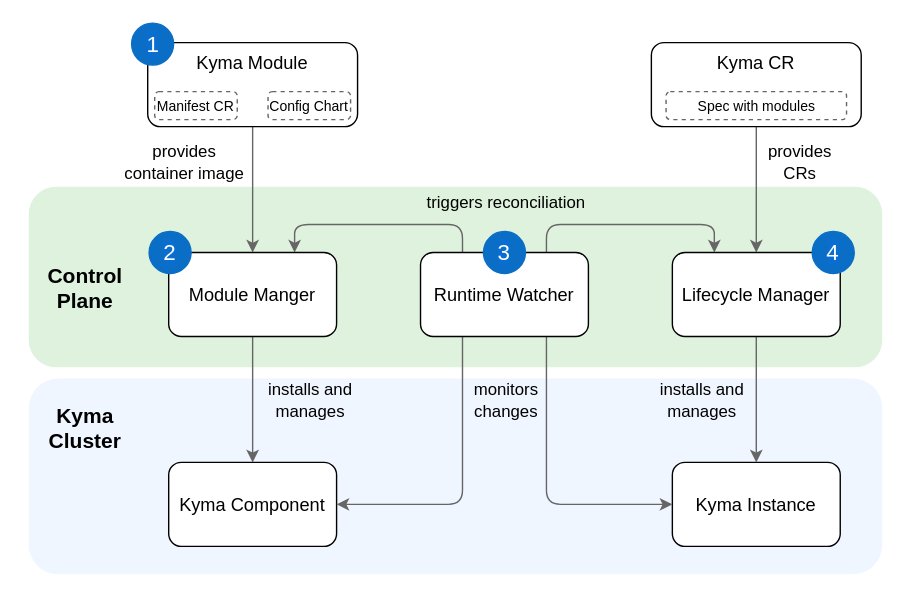
kyma-project/community keeps this draw.io diagram as concepts/modularization/assets/modular_approach.svg. Above is the earlier version. Source tidied: cells renumbered, new cells last; positions are measured from the earlier drawing's top-left corner, leaving out a move shared by most shapes.
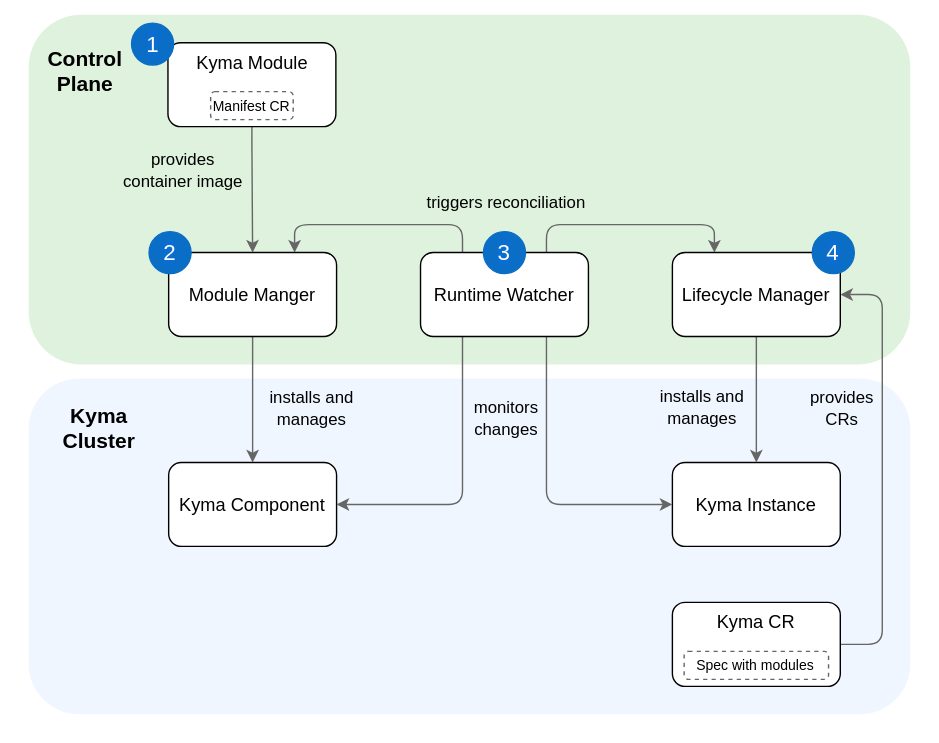
The same file after the commit.

Commit message:
replace diagram

Diff of the diagram source:
```diff
@@ -3,13 +3,13 @@
     <mxCell id="0" />
     <mxCell id="1" parent="0" />
     <mxCell id="2" style="rounded=1;whiteSpace=wrap;html=1;strokeColor=none;fillColor=#FFFFFF;" parent="1" vertex="1">
-      <mxGeometry y="0.5" width="650" height="419.5" as="geometry" />
+      <mxGeometry width="670" height="530" as="geometry" />
     </mxCell>
     <mxCell id="3" style="rounded=1;whiteSpace=wrap;html=1;strokeColor=none;fillColor=#F0F6FF;" parent="1" vertex="1">
-      <mxGeometry x="20" y="270" width="610" height="140" as="geometry" />
+      <mxGeometry x="20" y="270" width="630" height="240" as="geometry" />
     </mxCell>
     <mxCell id="4" style="rounded=1;whiteSpace=wrap;html=1;strokeColor=none;fillColor=#DEF2DD;" parent="1" vertex="1">
-      <mxGeometry x="20" y="133" width="610" height="129" as="geometry" />
+      <mxGeometry x="20" y="10" width="630" height="250" as="geometry" />
     </mxCell>
     <mxCell id="5" style="edgeStyle=orthogonalEdgeStyle;rounded=1;jettySize=auto;html=1;startArrow=none;startFill=0;endArrow=classic;endFill=1;strokeColor=#666666;entryX=0.75;entryY=0;entryDx=0;entryDy=0;exitX=0.25;exitY=0;exitDx=0;exitDy=0;" parent="1" edge="1" source="25" target="23">
       <mxGeometry relative="1" as="geometry">
@@ -40,15 +40,19 @@
     </mxCell>
     <mxCell id="10" value="&lt;span style=&quot;font-size: 12px;&quot;&gt;installs and&lt;br&gt;manages&lt;/span&gt;" style="text;html=1;align=center;verticalAlign=middle;labelBackgroundColor=none;fontSize=13;" parent="9" vertex="1">
       <mxGeometry x="-0.24" y="2" relative="1" as="geometry">
-        <mxPoint x="38" y="10" as="offset" />
+        <mxPoint x="39" y="16" as="offset" />
       </mxGeometry>
     </mxCell>
-    <mxCell id="11" style="edgeStyle=orthogonalEdgeStyle;rounded=1;jettySize=auto;html=1;startArrow=none;startFill=0;endArrow=classic;endFill=1;exitX=0.5;exitY=1;exitDx=0;exitDy=0;strokeColor=#666666;entryX=0.5;entryY=0;entryDx=0;entryDy=0;" parent="1" edge="1" source="27" target="8">
-      <mxGeometry relative="1" as="geometry" />
+    <mxCell id="11" style="edgeStyle=orthogonalEdgeStyle;rounded=1;jettySize=auto;html=1;startArrow=none;startFill=0;endArrow=classic;endFill=1;exitX=0.5;exitY=1;exitDx=0;exitDy=0;strokeColor=#666666;entryX=0.692;entryY=0.017;entryDx=0;entryDy=0;entryPerimeter=0;" parent="1" edge="1" source="27" target="8">
+      <mxGeometry relative="1" as="geometry">
+        <Array as="points">
+          <mxPoint x="540" y="331" />
+        </Array>
+      </mxGeometry>
     </mxCell>
     <mxCell id="12" value="&lt;span style=&quot;font-size: 12px;&quot;&gt;installs and&lt;br&gt;manages&lt;/span&gt;" style="text;html=1;align=center;verticalAlign=middle;labelBackgroundColor=none;fontSize=13;" parent="11" vertex="1">
       <mxGeometry x="-0.24" y="2" relative="1" as="geometry">
-        <mxPoint x="-42" y="10" as="offset" />
+        <mxPoint x="-42" y="15" as="offset" />
       </mxGeometry>
     </mxCell>
     <mxCell id="13" style="edgeStyle=orthogonalEdgeStyle;rounded=1;jettySize=auto;html=1;startArrow=none;startFill=0;endArrow=classic;endFill=1;exitX=0.75;exitY=1;exitDx=0;exitDy=0;strokeColor=#666666;entryX=0;entryY=0.5;entryDx=0;entryDy=0;" parent="1" edge="1" source="25" target="8">
@@ -60,11 +64,11 @@
     </mxCell>
     <mxCell id="14" value="&lt;span style=&quot;font-size: 12px;&quot;&gt;monitors &lt;br&gt;changes&lt;/span&gt;" style="text;html=1;align=center;verticalAlign=middle;labelBackgroundColor=none;fontSize=13;" parent="13" vertex="1">
       <mxGeometry x="-0.24" y="2" relative="1" as="geometry">
-        <mxPoint x="-32" y="-36" as="offset" />
+        <mxPoint x="-32" y="-23" as="offset" />
       </mxGeometry>
     </mxCell>
     <mxCell id="15" value="&lt;font style=&quot;font-size: 15px&quot;&gt;&lt;b&gt;Control &lt;br&gt;Plane&lt;/b&gt;&lt;/font&gt;" style="text;html=1;align=center;verticalAlign=middle;" parent="1" vertex="1">
-      <mxGeometry x="20" y="179.5" width="80" height="50" as="geometry" />
+      <mxGeometry x="20" y="25" width="80" height="50" as="geometry" />
     </mxCell>
     <mxCell id="16" value="Kyma Component" style="rounded=1;whiteSpace=wrap;html=1;fontSize=13;" parent="1" vertex="1">
       <mxGeometry x="120" y="330" width="120" height="60" as="geometry" />
@@ -79,19 +83,20 @@
     </mxCell>
     <mxCell id="18" value="&lt;span style=&quot;font-size: 12px;&quot;&gt;provides&lt;br&gt;container image&lt;/span&gt;" style="text;html=1;align=center;verticalAlign=middle;labelBackgroundColor=none;fontSize=13;" parent="17" vertex="1">
       <mxGeometry x="-0.24" y="2" relative="1" as="geometry">
-        <mxPoint x="-52" y="-10" as="offset" />
+        <mxPoint x="-52" y="-4" as="offset" />
       </mxGeometry>
     </mxCell>
-    <mxCell id="19" style="edgeStyle=orthogonalEdgeStyle;rounded=1;jettySize=auto;html=1;startArrow=none;startFill=0;endArrow=classic;endFill=1;exitX=0.5;exitY=1;exitDx=0;exitDy=0;strokeColor=#666666;entryX=0.5;entryY=0;entryDx=0;entryDy=0;" parent="1" edge="1" source="33" target="27">
+    <mxCell id="19" style="edgeStyle=orthogonalEdgeStyle;rounded=1;jettySize=auto;html=1;startArrow=none;startFill=0;endArrow=classic;endFill=1;exitX=1;exitY=0.5;exitDx=0;exitDy=0;strokeColor=#666666;entryX=1;entryY=0.5;entryDx=0;entryDy=0;" parent="1" edge="1" source="33" target="27">
       <mxGeometry relative="1" as="geometry">
         <Array as="points">
-          <mxPoint x="540" y="90" />
+          <mxPoint x="630" y="460" />
+          <mxPoint x="630" y="210" />
         </Array>
       </mxGeometry>
     </mxCell>
     <mxCell id="20" value="&lt;span style=&quot;font-size: 12px;&quot;&gt;provides&lt;br&gt;CRs&lt;/span&gt;" style="text;html=1;align=center;verticalAlign=middle;labelBackgroundColor=none;fontSize=13;" parent="19" vertex="1">
       <mxGeometry x="-0.24" y="2" relative="1" as="geometry">
-        <mxPoint x="28" y="-10" as="offset" />
+        <mxPoint x="-28" y="-82" as="offset" />
       </mxGeometry>
     </mxCell>
     <mxCell id="21" style="edgeStyle=orthogonalEdgeStyle;rounded=1;jettySize=auto;html=1;startArrow=none;startFill=0;endArrow=classic;endFill=1;strokeColor=#666666;entryX=1;entryY=0.5;entryDx=0;entryDy=0;exitX=0.25;exitY=0;exitDx=0;exitDy=0;" parent="1" edge="1" source="25" target="16">
@@ -102,7 +107,7 @@
       </mxGeometry>
     </mxCell>
     <mxCell id="22" value="&lt;span style=&quot;font-size: 15px;&quot;&gt;&lt;b&gt;Kyma&lt;br&gt;Cluster&lt;/b&gt;&lt;/span&gt;" style="text;html=1;align=center;verticalAlign=middle;" parent="1" vertex="1">
-      <mxGeometry x="20" y="280" width="80" height="50" as="geometry" />
+      <mxGeometry x="30" y="280" width="80" height="50" as="geometry" />
     </mxCell>
     <mxCell id="23" value="Module Manger" style="rounded=1;whiteSpace=wrap;html=1;fontSize=13;" parent="1" vertex="1">
       <mxGeometry x="120" y="180" width="120" height="60" as="geometry" />
@@ -123,22 +128,22 @@
       <mxGeometry x="580" y="165" width="30" height="30" as="geometry" />
     </mxCell>
     <mxCell id="29" value="Kyma Module" style="rounded=1;whiteSpace=wrap;html=1;fontSize=13;verticalAlign=top;" parent="1" vertex="1">
-      <mxGeometry x="105" y="30" width="150" height="60" as="geometry" />
+      <mxGeometry x="119.5" y="30" width="120" height="60" as="geometry" />
     </mxCell>
     <mxCell id="30" value="&lt;font style=&quot;font-size: 16px&quot;&gt;1&lt;/font&gt;" style="ellipse;whiteSpace=wrap;html=1;labelBackgroundColor=#0A6ED1;fontColor=#FFFFFF;fillColor=#0A6EC7;strokeColor=#0A6EC7;" parent="1" vertex="1">
       <mxGeometry x="93.5" y="16" width="30" height="30" as="geometry" />
     </mxCell>
     <mxCell id="31" value="&lt;font style=&quot;font-size: 10px;&quot;&gt;Manifest CR&lt;/font&gt;" style="rounded=1;whiteSpace=wrap;html=1;strokeColor=#666666;dashed=1;" parent="1" vertex="1">
-      <mxGeometry x="110" y="65" width="59" height="20" as="geometry" />
+      <mxGeometry x="150" y="65" width="59" height="20" as="geometry" />
     </mxCell>
-    <mxCell id="32" value="&lt;font style=&quot;font-size: 10px;&quot;&gt;Config Chart&lt;/font&gt;" style="rounded=1;whiteSpace=wrap;html=1;strokeColor=#666666;dashed=1;" parent="1" vertex="1">
-      <mxGeometry x="191" y="65" width="59" height="20" as="geometry" />
-    </mxCell>
+    <mxCell id="35" style="group;" parent="1" vertex="1">
+      <mxGeometry x="480" y="430" width="120" height="60" as="geometry" />
+    </mxCell>
-    <mxCell id="33" value="Kyma CR" style="rounded=1;whiteSpace=wrap;html=1;fontSize=13;verticalAlign=top;" parent="1" vertex="1">
-      <mxGeometry x="465" y="30" width="150" height="60" as="geometry" />
+    <mxCell id="33" value="Kyma CR" style="rounded=1;whiteSpace=wrap;html=1;fontSize=13;verticalAlign=top;" parent="35" vertex="1">
+      <mxGeometry width="120" height="60" as="geometry" />
     </mxCell>
-    <mxCell id="34" value="&lt;font style=&quot;font-size: 10px;&quot;&gt;Spec with modules&lt;/font&gt;" style="rounded=1;whiteSpace=wrap;html=1;strokeColor=#666666;dashed=1;" parent="1" vertex="1">
-      <mxGeometry x="475.5" y="65" width="129" height="20" as="geometry" />
+    <mxCell id="34" value="&lt;font style=&quot;font-size: 10px;&quot;&gt;Spec with modules&lt;/font&gt;" style="rounded=1;whiteSpace=wrap;html=1;strokeColor=#666666;dashed=1;" parent="35" vertex="1">
+      <mxGeometry x="8.4" y="35" width="103.2" height="20" as="geometry" />
     </mxCell>
   </root>
 </mxGraphModel>
```
